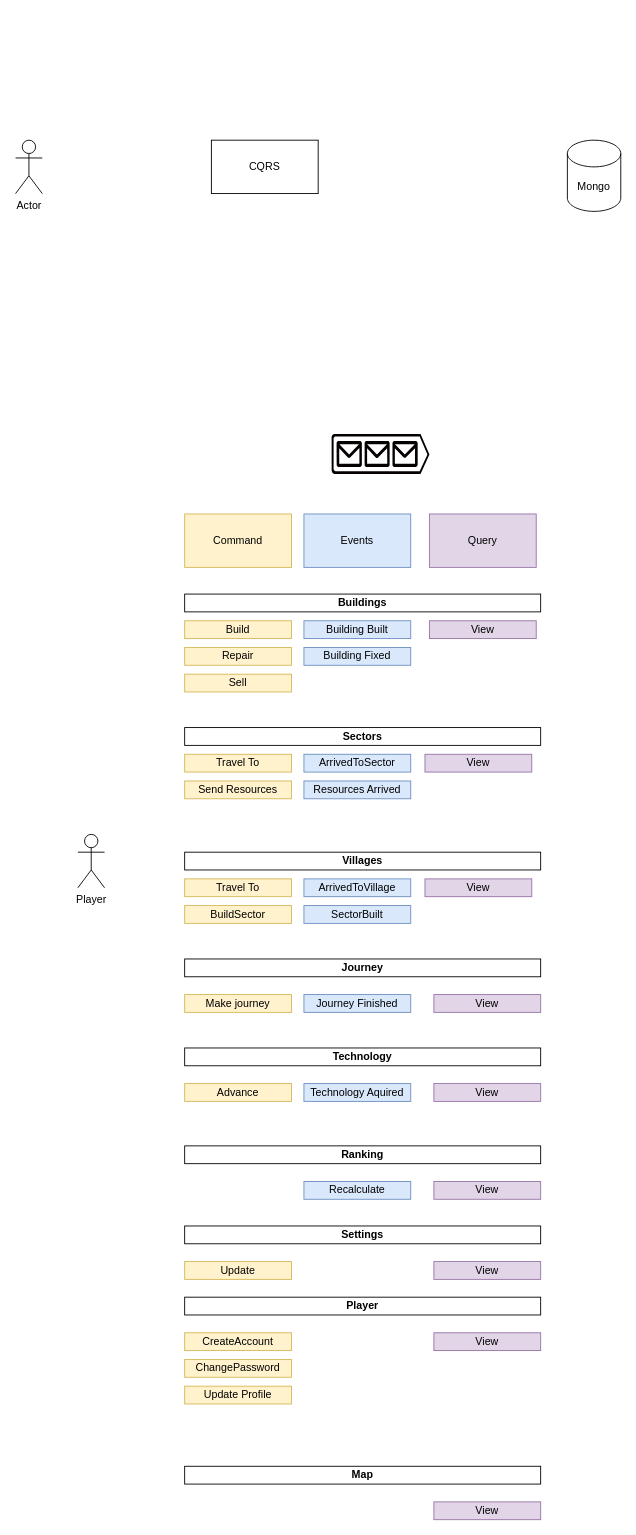
The draw.io diagram page "Mechanizmy Programowanie" (8 of 8) of gameChanger.drawio in piotreczek5/GameChanger, before the edit. Source tidied: cells renumbered, new cells numbered last; positions are measured from the earlier drawing's top-left corner, leaving out a move shared by most shapes. Both pictures are drawn from the tidied source at 89%, with x=0, y=0 at pixel (15, 140).
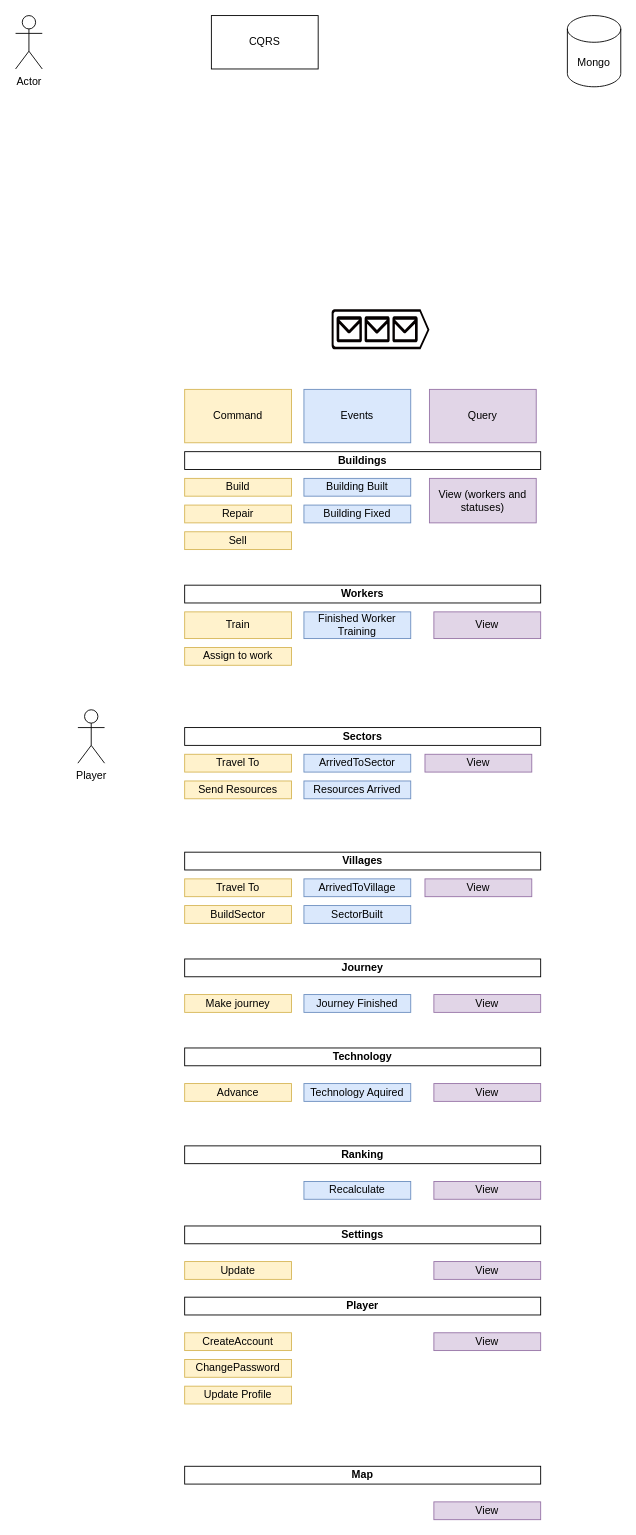
Above is the later version.

The edit, as a diff of the source:
```diff
@@
     <mxCell id="2" value="CQRS" style="rounded=0;whiteSpace=wrap;html=1;" parent="1" vertex="1">
-      <mxGeometry x="220" width="120" height="60" as="geometry" />
+      <mxGeometry x="220" y="-140" width="120" height="60" as="geometry" />
     </mxCell>
     <mxCell id="3" value="Actor" style="shape=umlActor;verticalLabelPosition=bottom;verticalAlign=top;html=1;" parent="1" vertex="1">
-      <mxGeometry width="30" height="60" as="geometry" />
+      <mxGeometry y="-140" width="30" height="60" as="geometry" />
     </mxCell>
     <mxCell id="4" value="Mongo" style="shape=cylinder3;whiteSpace=wrap;html=1;boundedLbl=1;backgroundOutline=1;size=15;" parent="1" vertex="1">
-      <mxGeometry x="620" width="60" height="80" as="geometry" />
+      <mxGeometry x="620" y="-140" width="60" height="80" as="geometry" />
     </mxCell>
     <mxCell id="5" value="Command" style="rounded=0;whiteSpace=wrap;html=1;fillColor=#fff2cc;strokeColor=#d6b656;" parent="1" vertex="1">
-      <mxGeometry x="190" y="420" width="120" height="60" as="geometry" />
+      <mxGeometry x="190" y="280" width="120" height="60" as="geometry" />
     </mxCell>
     <mxCell id="6" value="Query" style="rounded=0;whiteSpace=wrap;html=1;fillColor=#e1d5e7;strokeColor=#9673a6;" parent="1" vertex="1">
-      <mxGeometry x="465" y="420" width="120" height="60" as="geometry" />
+      <mxGeometry x="465" y="280" width="120" height="60" as="geometry" />
     </mxCell>
     <mxCell id="7" style="verticalLabelPosition=bottom;html=1;verticalAlign=top;align=center;strokeColor=none;shape=mxgraph.azure.queue_generic;fillColor=#050000;" parent="1" vertex="1">
-      <mxGeometry x="355" y="330" width="110" height="45" as="geometry" />
+      <mxGeometry x="355" y="190" width="110" height="45" as="geometry" />
     </mxCell>
     <mxCell id="8" value="Events" style="rounded=0;whiteSpace=wrap;html=1;fillColor=#dae8fc;strokeColor=#6c8ebf;" parent="1" vertex="1">
-      <mxGeometry x="324" y="420" width="120" height="60" as="geometry" />
+      <mxGeometry x="324" y="280" width="120" height="60" as="geometry" />
     </mxCell>
     <mxCell id="9" value="Player" style="shape=umlActor;verticalLabelPosition=bottom;verticalAlign=top;html=1;" parent="1" vertex="1">
-      <mxGeometry x="70" y="780" width="30" height="60" as="geometry" />
+      <mxGeometry x="70" y="640" width="30" height="60" as="geometry" />
     </mxCell>
     <mxCell id="10" value="Build" style="rounded=0;whiteSpace=wrap;html=1;fillColor=#fff2cc;strokeColor=#d6b656;" parent="1" vertex="1">
-      <mxGeometry x="190" y="540" width="120" height="20" as="geometry" />
+      <mxGeometry x="190" y="380" width="120" height="20" as="geometry" />
     </mxCell>
     <mxCell id="11" value="Buildings" style="rounded=0;whiteSpace=wrap;html=1;fontStyle=1;" parent="1" vertex="1">
-      <mxGeometry x="190" y="510" width="400" height="20" as="geometry" />
+      <mxGeometry x="190" y="350" width="400" height="20" as="geometry" />
     </mxCell>
     <mxCell id="12" value="Repair" style="rounded=0;whiteSpace=wrap;html=1;fillColor=#fff2cc;strokeColor=#d6b656;" parent="1" vertex="1">
-      <mxGeometry x="190" y="570" width="120" height="20" as="geometry" />
+      <mxGeometry x="190" y="410" width="120" height="20" as="geometry" />
     </mxCell>
@@
     <mxCell id="15" value="Building Built" style="rounded=0;whiteSpace=wrap;html=1;fillColor=#dae8fc;strokeColor=#6c8ebf;" parent="1" vertex="1">
-      <mxGeometry x="324" y="540" width="120" height="20" as="geometry" />
+      <mxGeometry x="324" y="380" width="120" height="20" as="geometry" />
     </mxCell>
     <mxCell id="16" value="Building Fixed" style="rounded=0;whiteSpace=wrap;html=1;fillColor=#dae8fc;strokeColor=#6c8ebf;" parent="1" vertex="1">
-      <mxGeometry x="324" y="570" width="120" height="20" as="geometry" />
+      <mxGeometry x="324" y="410" width="120" height="20" as="geometry" />
     </mxCell>
     <mxCell id="17" value="Sell" style="rounded=0;whiteSpace=wrap;html=1;fillColor=#fff2cc;strokeColor=#d6b656;" parent="1" vertex="1">
-      <mxGeometry x="190" y="600" width="120" height="20" as="geometry" />
+      <mxGeometry x="190" y="440" width="120" height="20" as="geometry" />
     </mxCell>
-    <mxCell id="18" value="View" style="rounded=0;whiteSpace=wrap;html=1;fillColor=#e1d5e7;strokeColor=#9673a6;" parent="1" vertex="1">
-      <mxGeometry x="465" y="540" width="120" height="20" as="geometry" />
+    <mxCell id="18" value="View (workers and statuses)" style="rounded=0;whiteSpace=wrap;html=1;fillColor=#e1d5e7;strokeColor=#9673a6;" parent="1" vertex="1">
+      <mxGeometry x="465" y="380" width="120" height="50" as="geometry" />
     </mxCell>
@@
+    <mxCell id="50" value="Workers" style="rounded=0;whiteSpace=wrap;html=1;fontStyle=1;" parent="1" vertex="1">
+      <mxGeometry x="190" y="500" width="400" height="20" as="geometry" />
+    </mxCell>
+    <mxCell id="51" value="Train" style="rounded=0;whiteSpace=wrap;html=1;fillColor=#fff2cc;strokeColor=#d6b656;" parent="1" vertex="1">
+      <mxGeometry x="190" y="530" width="120" height="30" as="geometry" />
+    </mxCell>
+    <mxCell id="52" value="Finished Worker&lt;br&gt;Training" style="rounded=0;whiteSpace=wrap;html=1;fillColor=#dae8fc;strokeColor=#6c8ebf;" parent="1" vertex="1">
+      <mxGeometry x="324" y="530" width="120" height="30" as="geometry" />
+    </mxCell>
+    <mxCell id="53" value="View" style="rounded=0;whiteSpace=wrap;html=1;fillColor=#e1d5e7;strokeColor=#9673a6;" parent="1" vertex="1">
+      <mxGeometry x="470" y="530" width="120" height="30" as="geometry" />
+    </mxCell>
+    <mxCell id="54" value="Assign to work" style="rounded=0;whiteSpace=wrap;html=1;fillColor=#fff2cc;strokeColor=#d6b656;" parent="1" vertex="1">
+      <mxGeometry x="190" y="570" width="120" height="20" as="geometry" />
+    </mxCell>
```
